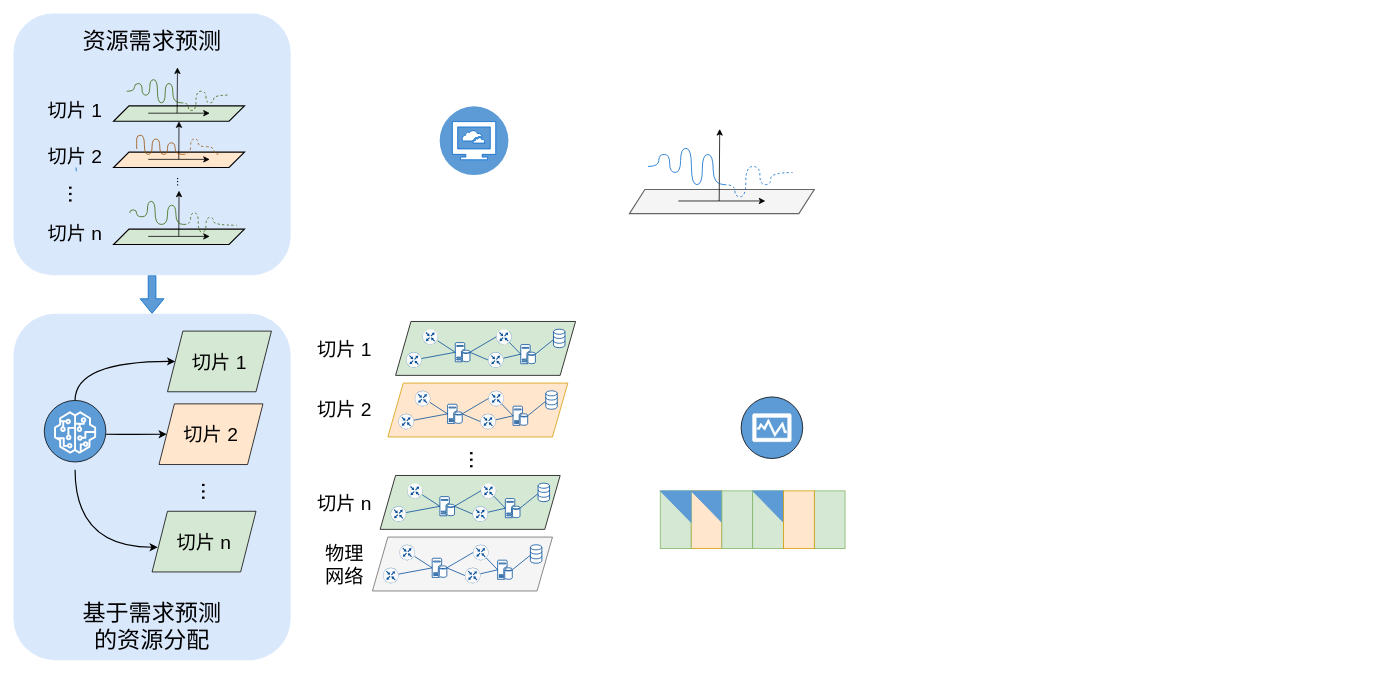
The draw.io diagram 切片调度.drawio in SOANykun/SOA.github.io, before the edit. Source tidied: cells renumbered, new cells numbered last; positions are measured from the earlier drawing's top-left corner, leaving out a move shared by most shapes. Both pictures are drawn from the tidied source at 77%, with x=0, y=0 at pixel (13, 13). Pictures stored in the file or linked from it are replaced by grey dashed boxes.
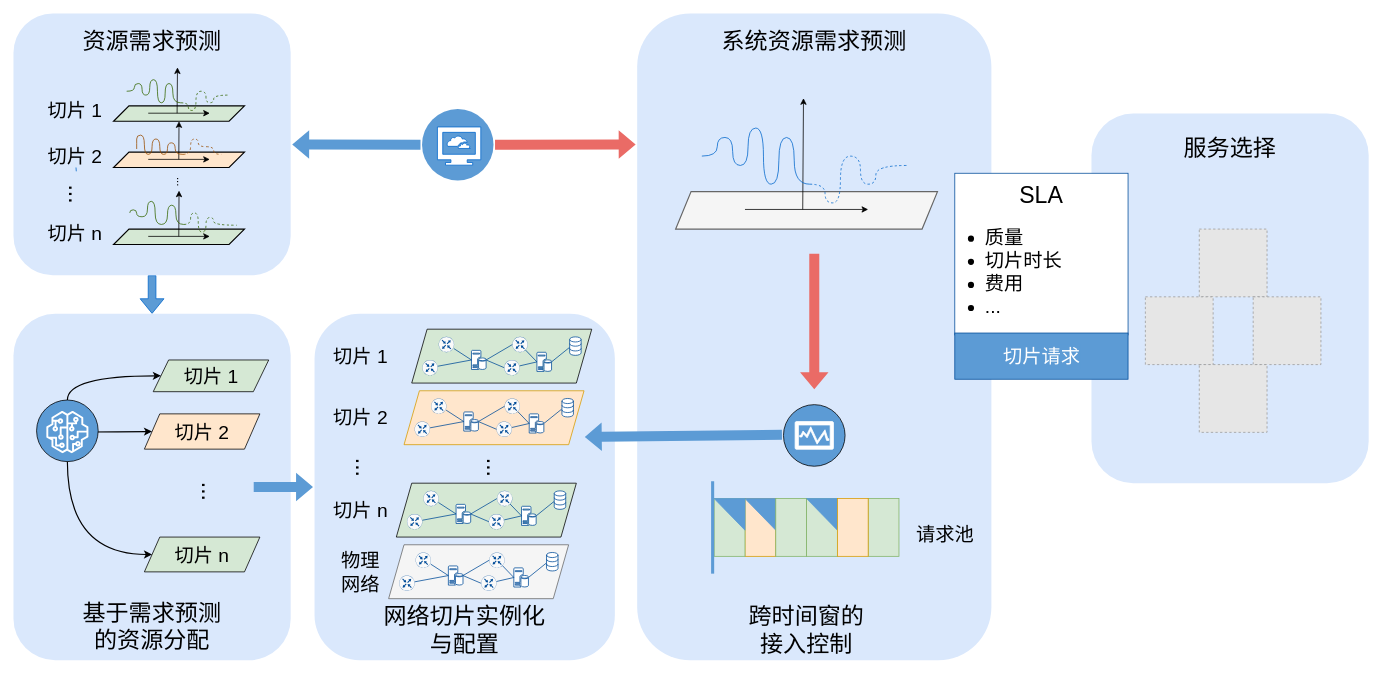
After the change.

Commit message (it also covers changes not shown here):
更新切片调度.drawio

The change refers to these unchanged cells:
```xml
<mxCell id="3" style="rounded=1;whiteSpace=wrap;html=1;labelBackgroundColor=#5C9BD5;strokeColor=none;strokeWidth=1;fillColor=#dae8fc;" parent="1" vertex="1">
  <mxGeometry width="360" height="340" as="geometry" />
</mxCell>
<mxCell id="46" style="group;" parent="35" vertex="1">
  <mxGeometry width="57.5" height="90" as="geometry" />
</mxCell>
<mxCell id="60" style="ellipse;whiteSpace=wrap;html=1;labelBackgroundColor=#5C9BD5;strokeColor=#000000;strokeWidth=1;fontColor=#5C9BD5;fillColor=#5C9BD5;" parent="59" vertex="1">
  <mxGeometry width="80" height="80" as="geometry" />
</mxCell>
<mxCell id="61" style="sketch=0;outlineConnect=0;fontColor=#232F3E;gradientColor=none;fillColor=#FFFFFF;strokeColor=none;dashed=0;verticalLabelPosition=bottom;verticalAlign=top;align=center;html=1;fontSize=12;fontStyle=0;shape=mxgraph.aws4.sagemaker_model;labelBackgroundColor=#5C9BD5;strokeWidth=1;" parent="59" vertex="1">
  <mxGeometry x="12.5" y="14.1" width="55" height="55" as="geometry" />
</mxCell>
```

What changed in the source:
```diff
@@
+    <mxCell id="137" style="rounded=1;whiteSpace=wrap;html=1;labelBackgroundColor=#5C9BD5;strokeColor=none;strokeWidth=1;fontSize=25;fillColor=#dae8fc;" parent="1" vertex="1">
+      <mxGeometry x="1400" y="130" width="360" height="480" as="geometry" />
+    </mxCell>
+    <mxCell id="138" style="group;" parent="1" vertex="1">
+      <mxGeometry x="1470" y="280" width="280" height="441" as="geometry" />
+    </mxCell>
+    <mxCell id="139" style="fillColor=#E6E6E6;strokeColor=#999999;dashed=1;html=1;verticalAlign=top;verticalLabelPosition=bottom;labelBackgroundColor=#ffffff;fontSize=25;fontColor=#5C9BD5;" parent="138" vertex="1">
+      <mxGeometry x="70" width="88" height="88" as="geometry" />
+    </mxCell>
+    <mxCell id="140" style="fillColor=#E6E6E6;strokeColor=#999999;dashed=1;html=1;verticalAlign=top;verticalLabelPosition=bottom;labelBackgroundColor=#ffffff;fontSize=25;fontColor=#5C9BD5;" parent="138" vertex="1">
+      <mxGeometry y="88" width="88" height="88" as="geometry" />
+    </mxCell>
+    <mxCell id="141" style="fillColor=#E6E6E6;strokeColor=#999999;dashed=1;html=1;verticalAlign=top;verticalLabelPosition=bottom;labelBackgroundColor=#ffffff;fontSize=25;fontColor=#5C9BD5;" parent="138" vertex="1">
+      <mxGeometry x="140" y="88" width="88" height="88" as="geometry" />
+    </mxCell>
+    <mxCell id="142" style="fillColor=#E6E6E6;strokeColor=#999999;dashed=1;html=1;verticalAlign=top;verticalLabelPosition=bottom;labelBackgroundColor=#ffffff;fontSize=25;fontColor=#5C9BD5;" parent="138" vertex="1">
+      <mxGeometry x="70" y="176" width="88" height="88" as="geometry" />
+    </mxCell>
+    <mxCell id="143" style="rounded=1;whiteSpace=wrap;html=1;labelBackgroundColor=#5C9BD5;strokeColor=none;strokeWidth=1;fontSize=25;fillColor=#dae8fc;" parent="1" vertex="1">
+      <mxGeometry x="810" width="460" height="840" as="geometry" />
+    </mxCell>
+    <mxCell id="144" style="rounded=1;whiteSpace=wrap;html=1;labelBackgroundColor=#5C9BD5;strokeColor=none;strokeWidth=1;fontSize=25;fillColor=#dae8fc;" parent="1" vertex="1">
+      <mxGeometry x="391" y="390" width="390" height="450" as="geometry" />
+    </mxCell>
@@
     <mxCell id="26" style="group;" parent="1" vertex="1">
-      <mxGeometry x="800" y="150" width="240" height="110" as="geometry" />
+      <mxGeometry x="860" y="110" width="340" height="170" as="geometry" />
     </mxCell>
     <mxCell id="27" style="shape=parallelogram;perimeter=parallelogramPerimeter;whiteSpace=wrap;html=1;fixedSize=1;strokeColor=#666666;strokeWidth=1.5;fontSize=20;fillColor=#f5f5f5;fontColor=#333333;" parent="26" vertex="1">
-      <mxGeometry y="78.6" width="240" height="31.4" as="geometry" />
+      <mxGeometry y="121.4" width="340" height="48.6" as="geometry" />
     </mxCell>
     <mxCell id="28" style="endArrow=classic;html=1;rounded=0;fontSize=20;" parent="26" edge="1">
       <mxGeometry relative="1" as="geometry">
-        <mxPoint x="63.5" y="93.5" as="sourcePoint" />
-        <mxPoint x="176.5" y="93.5" as="targetPoint" />
+        <mxPoint x="90" y="144.5" as="sourcePoint" />
+        <mxPoint x="250" y="144.5" as="targetPoint" />
       </mxGeometry>
     </mxCell>
     <mxCell id="29" style="endArrow=classic;html=1;rounded=0;fontSize=20;" parent="26" edge="1">
       <mxGeometry relative="1" as="geometry">
-        <mxPoint x="116.5" y="93.5" as="sourcePoint" />
-        <mxPoint x="117.2" as="targetPoint" />
+        <mxPoint x="165" y="144.5" as="sourcePoint" />
+        <mxPoint x="166" as="targetPoint" />
       </mxGeometry>
     </mxCell>
     <mxCell id="30" style="endArrow=none;html=1;rounded=0;fontSize=20;edgeStyle=orthogonalEdgeStyle;elbow=vertical;curved=1;endFill=0;fillColor=#d5e8d4;strokeColor=#0066CC;" parent="26" edge="1">
       <mxGeometry relative="1" as="geometry">
-        <mxPoint x="24" y="48.7" as="sourcePoint" />
-        <mxPoint x="122.8" y="72.3" as="targetPoint" />
+        <mxPoint x="34" y="75.2" as="sourcePoint" />
+        <mxPoint x="174" y="111.7" as="targetPoint" />
         <Array as="points">
-          <mxPoint x="38.1" y="48.7" />
-          <mxPoint x="38.1" y="33" />
-          <mxPoint x="52.2" y="33" />
-          <mxPoint x="52.2" y="56.5" />
-          <mxPoint x="66.4" y="56.5" />
-          <mxPoint x="66.4" y="25.1" />
-          <mxPoint x="80.5" y="25.1" />
-          <mxPoint x="80.5" y="72.3" />
-          <mxPoint x="94.6" y="72.3" />
-          <mxPoint x="94.6" y="33" />
-          <mxPoint x="108.7" y="33" />
-          <mxPoint x="108.7" y="72.3" />
+          <mxPoint x="54" y="75.2" />
+          <mxPoint x="54" y="51" />
+          <mxPoint x="74" y="51" />
+          <mxPoint x="74" y="87.4" />
+          <mxPoint x="94" y="87.4" />
+          <mxPoint x="94" y="38.8" />
+          <mxPoint x="114" y="38.8" />
+          <mxPoint x="114" y="111.7" />
+          <mxPoint x="134" y="111.7" />
+          <mxPoint x="134" y="51" />
+          <mxPoint x="154" y="51" />
+          <mxPoint x="154" y="111.7" />
         </Array>
       </mxGeometry>
     </mxCell>
     <mxCell id="31" style="endArrow=none;html=1;rounded=0;fontSize=20;edgeStyle=orthogonalEdgeStyle;elbow=vertical;curved=1;endFill=0;fillColor=#d5e8d4;strokeColor=#0066CC;dashed=1;" parent="26" edge="1">
       <mxGeometry relative="1" as="geometry">
-        <mxPoint x="122.8" y="72.3" as="sourcePoint" />
-        <mxPoint x="211.8" y="56.6" as="targetPoint" />
+        <mxPoint x="174" y="111.7" as="sourcePoint" />
+        <mxPoint x="300" y="87.4" as="targetPoint" />
         <Array as="points">
-          <mxPoint x="136.9" y="72.3" />
-          <mxPoint x="136.9" y="88" />
-          <mxPoint x="151.1" y="88" />
-          <mxPoint x="151.1" y="48.7" />
-          <mxPoint x="169.4" y="48.7" />
-          <mxPoint x="169.4" y="72.3" />
-          <mxPoint x="183.5" y="72.3" />
-          <mxPoint x="183.5" y="56.6" />
+          <mxPoint x="194" y="111.7" />
+          <mxPoint x="194" y="136" />
+          <mxPoint x="214" y="136" />
+          <mxPoint x="214" y="75.3" />
+          <mxPoint x="240" y="75.3" />
+          <mxPoint x="240" y="111.7" />
+          <mxPoint x="260" y="111.7" />
+          <mxPoint x="260" y="87.4" />
         </Array>
       </mxGeometry>
     </mxCell>
     <mxCell id="32" style="group;" parent="1" vertex="1">
-      <mxGeometry x="550" y="150" width="92.1" height="74" as="geometry" />
+      <mxGeometry x="530.6" y="157" width="92.8" height="74" as="geometry" />
     </mxCell>
     <mxCell id="33" style="ellipse;whiteSpace=wrap;html=1;strokeColor=none;strokeWidth=1;fillColor=#5C9BD5;" parent="32" vertex="1">
-      <mxGeometry x="3.5" y="-29.4" width="89.3" height="89.3" as="geometry" />
+      <mxGeometry y="-33" width="92.8" height="92.8" as="geometry" />
     </mxCell>
@@
     <mxCell id="35" style="group;" parent="1" vertex="1">
-      <mxGeometry x="840" y="620" width="257.5" height="90" as="geometry" />
+      <mxGeometry x="910" y="630" width="257.5" height="90" as="geometry" />
     </mxCell>
@@
+    <mxCell id="145" style="endArrow=none;html=1;rounded=0;strokeColor=#5C9BD5;strokeWidth=4;fontSize=25;fontColor=#5C9BD5;fillColor=#5C9BD5;curved=1;" parent="46" edge="1">
+      <mxGeometry relative="1" as="geometry">
+        <mxPoint x="-2" y="97.5" as="sourcePoint" />
+        <mxPoint x="-2" y="-22.5" as="targetPoint" />
+      </mxGeometry>
+    </mxCell>
@@
     <mxCell id="50" style="group;" parent="1" vertex="1">
-      <mxGeometry x="945" y="498" width="80" height="80" as="geometry" />
+      <mxGeometry x="1000" y="508" width="80" height="80" as="geometry" />
     </mxCell>
@@
     <mxCell id="53" style="group;" parent="1" vertex="1">
-      <mxGeometry y="390" width="360" height="450" as="geometry" />
+      <mxGeometry y="390" width="362.5" height="450" as="geometry" />
     </mxCell>
@@
     <mxCell id="55" value="&lt;font style=&quot;font-size: 25px;&quot;&gt;切片 n&lt;/font&gt;" style="shape=parallelogram;perimeter=parallelogramPerimeter;whiteSpace=wrap;html=1;fixedSize=1;strokeColor=#000000;strokeWidth=1;fillColor=#d5e8d4;" parent="53" vertex="1">
-      <mxGeometry x="180" y="256.5" width="135" height="78.8" as="geometry" />
+      <mxGeometry x="170" y="290" width="150" height="45.2" as="geometry" />
     </mxCell>
@@
     <mxCell id="57" value="&lt;font style=&quot;font-size: 25px;&quot;&gt;切片 2&lt;/font&gt;" style="shape=parallelogram;perimeter=parallelogramPerimeter;whiteSpace=wrap;html=1;fixedSize=1;strokeColor=#000000;strokeWidth=1;fillColor=#ffe6cc;" parent="53" vertex="1">
-      <mxGeometry x="189" y="117" width="135" height="78.8" as="geometry" />
+      <mxGeometry x="170" y="130" width="150" height="45.8" as="geometry" />
     </mxCell>
     <mxCell id="58" value="&lt;font style=&quot;font-size: 25px;&quot;&gt;切片 1&lt;/font&gt;" style="shape=parallelogram;perimeter=parallelogramPerimeter;whiteSpace=wrap;html=1;fixedSize=1;strokeColor=#000000;strokeWidth=1;fillColor=#d5e8d4;" parent="53" vertex="1">
-      <mxGeometry x="200" y="22.5" width="135" height="78.8" as="geometry" />
+      <mxGeometry x="181.5" y="60" width="150" height="41.2" as="geometry" />
     </mxCell>
+    <mxCell id="65" value="..." style="text;strokeColor=none;align=center;fillColor=none;html=1;verticalAlign=middle;whiteSpace=wrap;rounded=0;fontSize=30;rotation=90;" parent="53" vertex="1">
+      <mxGeometry x="226.5" y="213.8" width="60" height="33.8" as="geometry" />
+    </mxCell>
+    <mxCell id="66" value="基于需求预测的资源分配" style="text;strokeColor=none;align=center;fillColor=none;html=1;verticalAlign=middle;whiteSpace=wrap;rounded=0;fontSize=30;" parent="53" vertex="1">
+      <mxGeometry x="85" y="389.2" width="190" height="33.8" as="geometry" />
+    </mxCell>
+    <mxCell id="146" style="edgeStyle=orthogonalEdgeStyle;curved=1;rounded=0;jettySize=auto;html=1;entryX=0;entryY=0.5;entryDx=0;entryDy=0;strokeColor=#000000;strokeWidth=1.5;fontSize=25;fontColor=#5C9BD5;endArrow=classic;endFill=1;fillColor=#5C9BD5;" parent="53" edge="1" source="61" target="57">
+      <mxGeometry relative="1" as="geometry" />
+    </mxCell>
     <mxCell id="59" style="group;" parent="53" vertex="1">
-      <mxGeometry x="40" y="112.5" width="80" height="90" as="geometry" />
+      <mxGeometry x="30" y="112" width="80" height="90" as="geometry" />
     </mxCell>
@@
-    <mxCell id="62" style="edgeStyle=orthogonalEdgeStyle;curved=1;rounded=0;jettySize=auto;html=1;entryX=0;entryY=0.5;entryDx=0;entryDy=0;strokeColor=#000000;fontSize=30;fontColor=#5C9BD5;endArrow=classic;endFill=1;fillColor=#5C9BD5;strokeWidth=1.5;" parent="53" edge="1" target="58">
-      <mxGeometry relative="1" as="geometry">
-        <mxPoint x="80" y="112.5" as="sourcePoint" />
-        <Array as="points">
-          <mxPoint x="80" y="61.9" />
-        </Array>
-      </mxGeometry>
-    </mxCell>
-    <mxCell id="63" style="edgeStyle=orthogonalEdgeStyle;curved=1;rounded=0;jettySize=auto;html=1;entryX=0;entryY=0.5;entryDx=0;entryDy=0;strokeColor=#000000;fontSize=30;fontColor=#5C9BD5;endArrow=classic;endFill=1;fillColor=#5C9BD5;strokeWidth=1.5;" parent="53" edge="1" target="57">
-      <mxGeometry relative="1" as="geometry">
-        <mxPoint x="120" y="156.4" as="sourcePoint" />
-      </mxGeometry>
-    </mxCell>
-    <mxCell id="64" style="edgeStyle=orthogonalEdgeStyle;curved=1;rounded=0;jettySize=auto;html=1;entryX=0.054;entryY=0.593;entryDx=0;entryDy=0;entryPerimeter=0;strokeColor=#000000;fontSize=30;fontColor=#5C9BD5;endArrow=classic;endFill=1;fillColor=#5C9BD5;strokeWidth=1.5;" parent="53" edge="1" target="55">
-      <mxGeometry relative="1" as="geometry">
-        <mxPoint x="80" y="202.5" as="sourcePoint" />
-        <Array as="points">
-          <mxPoint x="80" y="303.8" />
-        </Array>
-      </mxGeometry>
-    </mxCell>
-    <mxCell id="65" value="..." style="text;strokeColor=none;align=center;fillColor=none;html=1;verticalAlign=middle;whiteSpace=wrap;rounded=0;fontSize=30;rotation=90;" parent="53" vertex="1">
-      <mxGeometry x="226.5" y="213.8" width="60" height="33.8" as="geometry" />
-    </mxCell>
-    <mxCell id="66" value="基于需求预测的资源分配" style="text;strokeColor=none;align=center;fillColor=none;html=1;verticalAlign=middle;whiteSpace=wrap;rounded=0;fontSize=30;" parent="53" vertex="1">
-      <mxGeometry x="85" y="389.2" width="190" height="33.8" as="geometry" />
-    </mxCell>
+    <mxCell id="147" style="edgeStyle=orthogonalEdgeStyle;curved=1;rounded=0;jettySize=auto;html=1;entryX=0;entryY=0.5;entryDx=0;entryDy=0;strokeColor=#000000;strokeWidth=1.5;fontSize=25;fontColor=#5C9BD5;endArrow=classic;endFill=1;fillColor=#5C9BD5;exitX=0.5;exitY=0;exitDx=0;exitDy=0;" parent="53" edge="1" source="60" target="58">
+      <mxGeometry relative="1" as="geometry">
+        <Array as="points">
+          <mxPoint x="70" y="81" />
+          <mxPoint x="192" y="81" />
+        </Array>
+      </mxGeometry>
+    </mxCell>
+    <mxCell id="148" style="edgeStyle=orthogonalEdgeStyle;curved=1;rounded=0;jettySize=auto;html=1;exitX=0.5;exitY=1;exitDx=0;exitDy=0;entryX=0;entryY=0.5;entryDx=0;entryDy=0;strokeColor=#000000;strokeWidth=1.5;fontSize=25;fontColor=#5C9BD5;endArrow=classic;endFill=1;fillColor=#5C9BD5;" parent="53" edge="1" source="60" target="55">
+      <mxGeometry relative="1" as="geometry">
+        <Array as="points">
+          <mxPoint x="70" y="313" />
+        </Array>
+      </mxGeometry>
+    </mxCell>
     <mxCell id="67" style="group;" parent="1" vertex="1">
-      <mxGeometry x="480" y="410" width="250" height="340" as="geometry" />
+      <mxGeometry x="501" y="420" width="250" height="340" as="geometry" />
     </mxCell>
@@
     <mxCell id="133" value="切片 1" style="text;strokeColor=none;align=center;fillColor=none;html=1;verticalAlign=middle;whiteSpace=wrap;rounded=0;fontSize=25;" parent="1" vertex="1">
-      <mxGeometry x="360" y="420" width="140" height="30" as="geometry" />
+      <mxGeometry x="381" y="430" width="140" height="30" as="geometry" />
     </mxCell>
     <mxCell id="134" value="切片 2" style="text;strokeColor=none;align=center;fillColor=none;html=1;verticalAlign=middle;whiteSpace=wrap;rounded=0;fontSize=25;" parent="1" vertex="1">
-      <mxGeometry x="360" y="498" width="140" height="30" as="geometry" />
+      <mxGeometry x="381" y="508" width="140" height="30" as="geometry" />
     </mxCell>
     <mxCell id="135" value="切片 n" style="text;strokeColor=none;align=center;fillColor=none;html=1;verticalAlign=middle;whiteSpace=wrap;rounded=0;fontSize=25;" parent="1" vertex="1">
-      <mxGeometry x="360" y="620" width="140" height="30" as="geometry" />
+      <mxGeometry x="381" y="630" width="140" height="30" as="geometry" />
     </mxCell>
     <mxCell id="136" value="物理网络" style="text;strokeColor=none;align=center;fillColor=none;html=1;verticalAlign=middle;whiteSpace=wrap;rounded=0;fontSize=25;" parent="1" vertex="1">
-      <mxGeometry x="395" y="700" width="70" height="30" as="geometry" />
+      <mxGeometry x="416" y="710" width="70" height="30" as="geometry" />
     </mxCell>
+    <mxCell id="149" value="..." style="text;strokeColor=none;align=center;fillColor=none;html=1;verticalAlign=middle;whiteSpace=wrap;rounded=0;fontSize=30;rotation=90;" parent="1" vertex="1">
+      <mxGeometry x="426" y="575" width="60" height="30" as="geometry" />
+    </mxCell>
+    <mxCell id="150" value="网络切片实例化与配置" style="text;strokeColor=none;align=center;fillColor=none;html=1;verticalAlign=middle;whiteSpace=wrap;rounded=0;fontSize=30;" parent="1" vertex="1">
+      <mxGeometry x="476" y="784.2" width="220" height="33.8" as="geometry" />
+    </mxCell>
+    <mxCell id="151" value="系统资源需求预测" style="text;strokeColor=none;align=center;fillColor=none;html=1;verticalAlign=middle;whiteSpace=wrap;rounded=0;fontSize=30;" parent="1" vertex="1">
+      <mxGeometry x="915" y="20" width="250" height="30" as="geometry" />
+    </mxCell>
+    <mxCell id="152" value="请求池" style="text;strokeColor=none;align=center;fillColor=none;html=1;verticalAlign=middle;whiteSpace=wrap;rounded=0;fontSize=25;" parent="1" vertex="1">
+      <mxGeometry x="1140" y="660" width="140" height="30" as="geometry" />
+    </mxCell>
+    <mxCell id="153" style="rounded=0;whiteSpace=wrap;html=1;labelBackgroundColor=#5C9BD5;strokeColor=#004C99;strokeWidth=1;fontSize=25;fontColor=#5C9BD5;fillColor=#FFFFFF;rotation=90;" parent="1" vertex="1">
+      <mxGeometry x="1230" y="200" width="210" height="225" as="geometry" />
+    </mxCell>
+    <mxCell id="154" value="&lt;ul&gt;&lt;li&gt;质量&lt;/li&gt;&lt;li&gt;切片时长&lt;/li&gt;&lt;li&gt;费用&lt;/li&gt;&lt;li&gt;...&lt;/li&gt;&lt;/ul&gt;" style="text;strokeColor=none;align=left;fillColor=none;html=1;verticalAlign=middle;whiteSpace=wrap;rounded=0;fontSize=25;" parent="1" vertex="1">
+      <mxGeometry x="1220" y="320" width="160" height="30" as="geometry" />
+    </mxCell>
+    <mxCell id="155" value="SLA" style="text;strokeColor=none;align=center;fillColor=none;html=1;verticalAlign=middle;whiteSpace=wrap;rounded=0;fontSize=30;" parent="1" vertex="1">
+      <mxGeometry x="1210" y="220" width="250" height="30" as="geometry" />
+    </mxCell>
+    <mxCell id="156" value="&lt;font color=&quot;#ffffff&quot;&gt;切片请求&lt;/font&gt;" style="rounded=0;whiteSpace=wrap;html=1;labelBackgroundColor=#5C9BD5;strokeColor=#004C99;strokeWidth=1;fontSize=25;fontColor=#5C9BD5;fillColor=#5C9BD5;" parent="1" vertex="1">
+      <mxGeometry x="1222.5" y="415" width="225" height="60" as="geometry" />
+    </mxCell>
+    <mxCell id="157" value="服务选择" style="text;strokeColor=none;align=center;fillColor=none;html=1;verticalAlign=middle;whiteSpace=wrap;rounded=0;fontSize=30;" parent="1" vertex="1">
+      <mxGeometry x="1455" y="160" width="250" height="30" as="geometry" />
+    </mxCell>
+    <mxCell id="158" style="shape=flexArrow;endArrow=classic;html=1;rounded=0;strokeColor=none;strokeWidth=4;fontSize=25;fontColor=#FFFFFF;fillColor=#5C9BD5;curved=1;entryX=1;entryY=0.5;entryDx=0;entryDy=0;exitX=0;exitY=0.5;exitDx=0;exitDy=0;" parent="1" edge="1" source="33" target="3">
+      <mxGeometry relative="1" as="geometry" />
+    </mxCell>
+    <mxCell id="159" style="shape=flexArrow;endArrow=classic;html=1;rounded=0;strokeColor=none;strokeWidth=4;fontSize=25;fontColor=#FFFFFF;fillColor=#EA6B66;curved=1;exitX=1;exitY=0.5;exitDx=0;exitDy=0;" parent="1" edge="1" source="33">
+      <mxGeometry relative="1" as="geometry">
+        <mxPoint x="810" y="170" as="targetPoint" />
+      </mxGeometry>
+    </mxCell>
+    <mxCell id="160" style="shape=flexArrow;endArrow=classic;html=1;rounded=0;strokeColor=none;strokeWidth=4;fontSize=25;fontColor=#FFFFFF;fillColor=#5C9BD5;curved=1;" parent="1" edge="1" target="144">
+      <mxGeometry relative="1" as="geometry">
+        <mxPoint x="310" y="615" as="sourcePoint" />
+      </mxGeometry>
+    </mxCell>
+    <mxCell id="161" style="shape=flexArrow;endArrow=classic;html=1;rounded=0;strokeColor=none;strokeWidth=4;fontSize=25;fontColor=#FFFFFF;fillColor=#5C9BD5;curved=1;" parent="1" edge="1">
+      <mxGeometry relative="1" as="geometry">
+        <mxPoint x="1000" y="547" as="sourcePoint" />
+        <mxPoint x="740" y="550" as="targetPoint" />
+      </mxGeometry>
+    </mxCell>
+    <mxCell id="162" style="shape=flexArrow;endArrow=classic;html=1;rounded=0;strokeColor=none;strokeWidth=4;fontSize=25;fontColor=#FFFFFF;fillColor=#EA6B66;curved=1;" parent="1" edge="1">
+      <mxGeometry relative="1" as="geometry">
+        <mxPoint x="1040" y="310" as="sourcePoint" />
+        <mxPoint x="1040" y="490" as="targetPoint" />
+      </mxGeometry>
+    </mxCell>
+    <mxCell id="163" value="跨时间窗的接入控制" style="text;strokeColor=none;align=center;fillColor=none;html=1;verticalAlign=middle;whiteSpace=wrap;rounded=0;fontSize=30;" parent="1" vertex="1">
+      <mxGeometry x="940" y="784.2" width="180" height="33.8" as="geometry" />
+    </mxCell>
```
